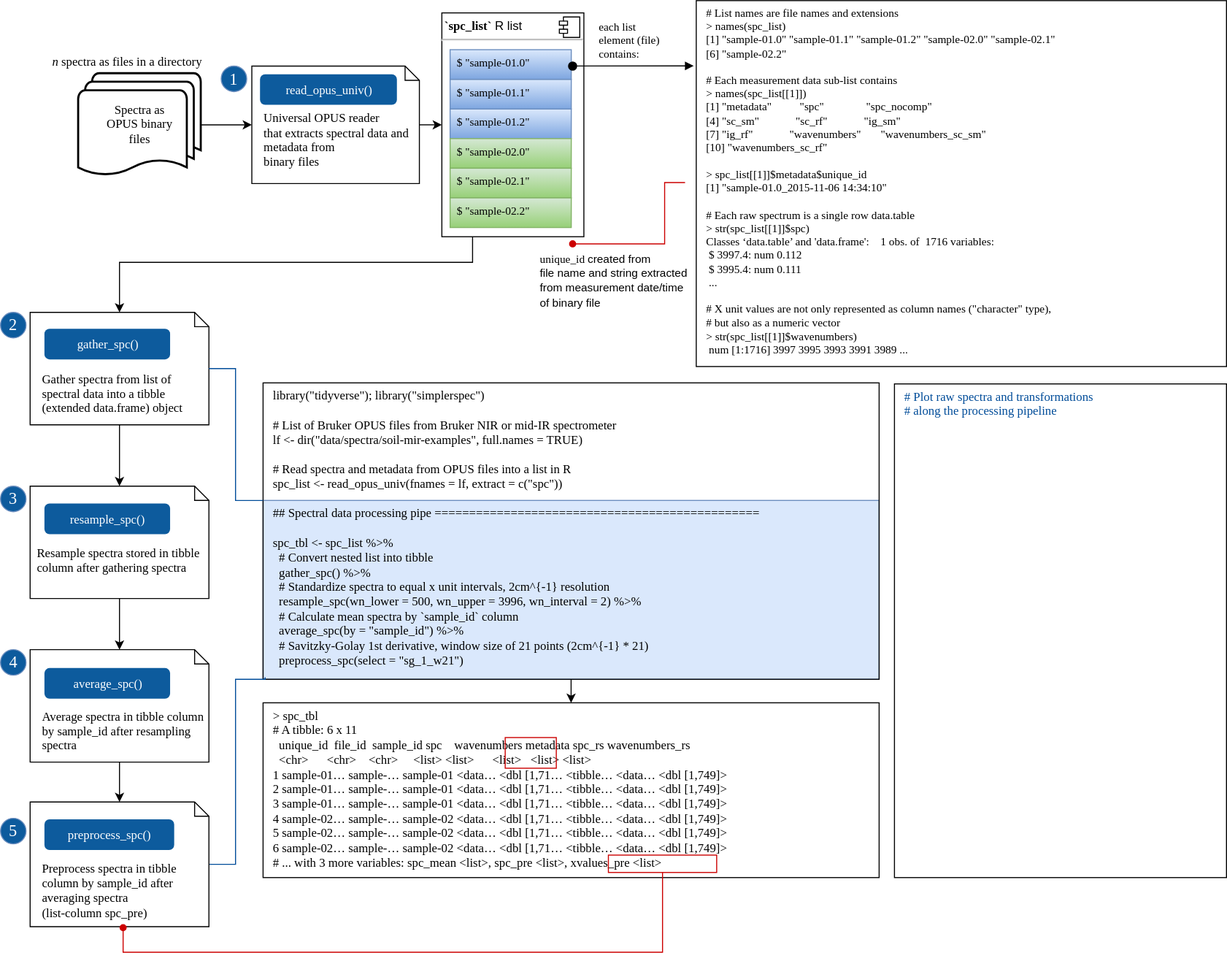
This is simplerspec-read-proc-tibble.svg from philipp-baumann/spectro-platform-graphs, a draw.io export, as it was before one commit. Source tidied: cells renumbered, new cells last; positions are measured from the earlier drawing's top-left corner, leaving out a move shared by most shapes.
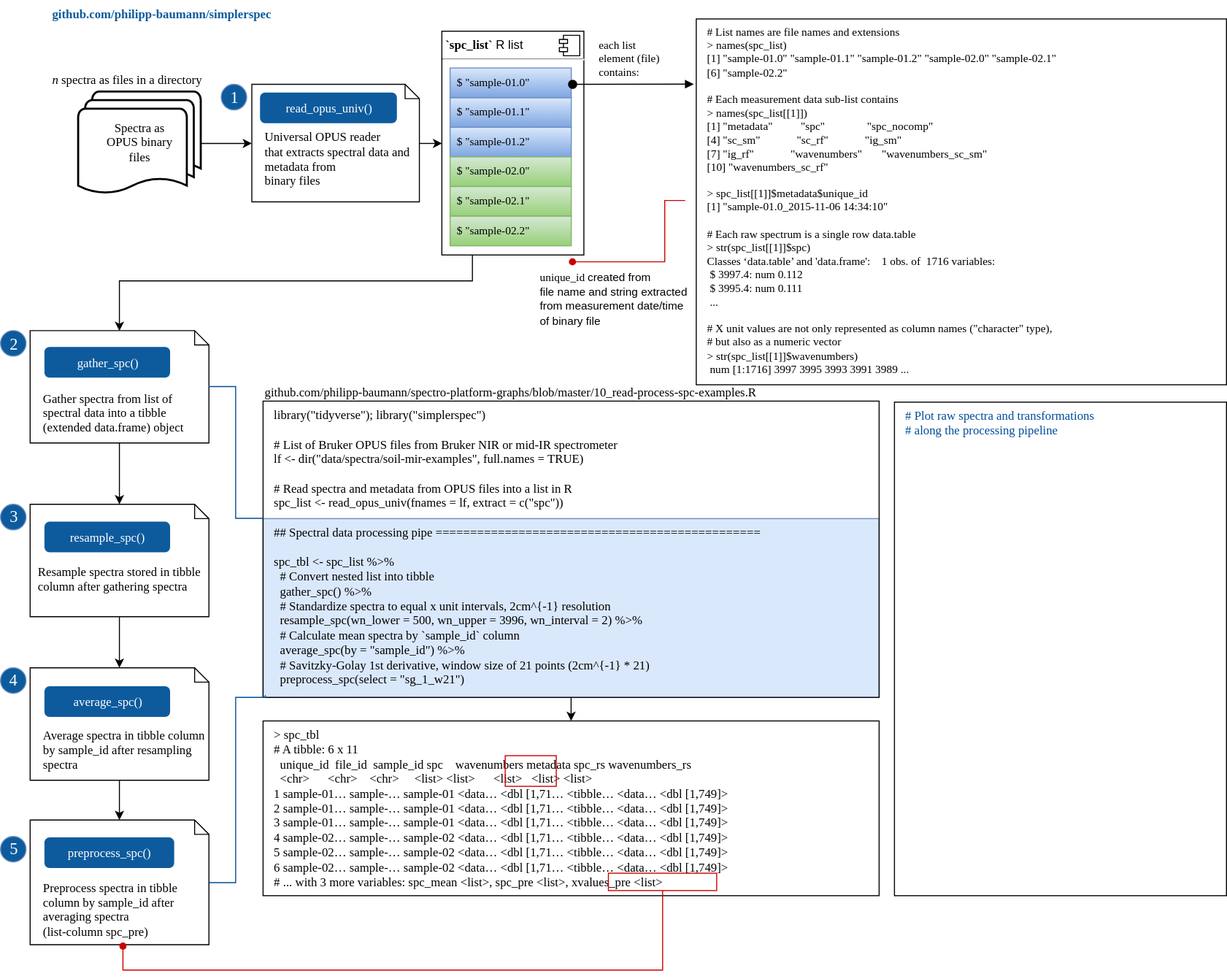
Later version of the same file.

What changed in the source:
```diff
@@ -185,5 +185,11 @@
         </Array>
       </mxGeometry>
     </mxCell>
+    <mxCell id="49" value="&lt;b&gt;&lt;font color=&quot;#0D5B9D&quot;&gt;github.com/philipp-baumann/simplerspec&lt;/font&gt;&lt;/b&gt;" style="text;html=1;fontFamily=Fira Code;" parent="1" vertex="1">
+      <mxGeometry x="49" y="-18" width="240" height="30" as="geometry" />
+    </mxCell>
+    <mxCell id="50" value="github.com/philipp-baumann/spectro-platform-graphs/blob/master/10_read-process-spc-examples.R" style="text;html=1;fontFamily=Fira Code;" parent="1" vertex="1">
+      <mxGeometry x="257" y="352" width="240" height="30" as="geometry" />
+    </mxCell>
   </root>
 </mxGraphModel>
```
